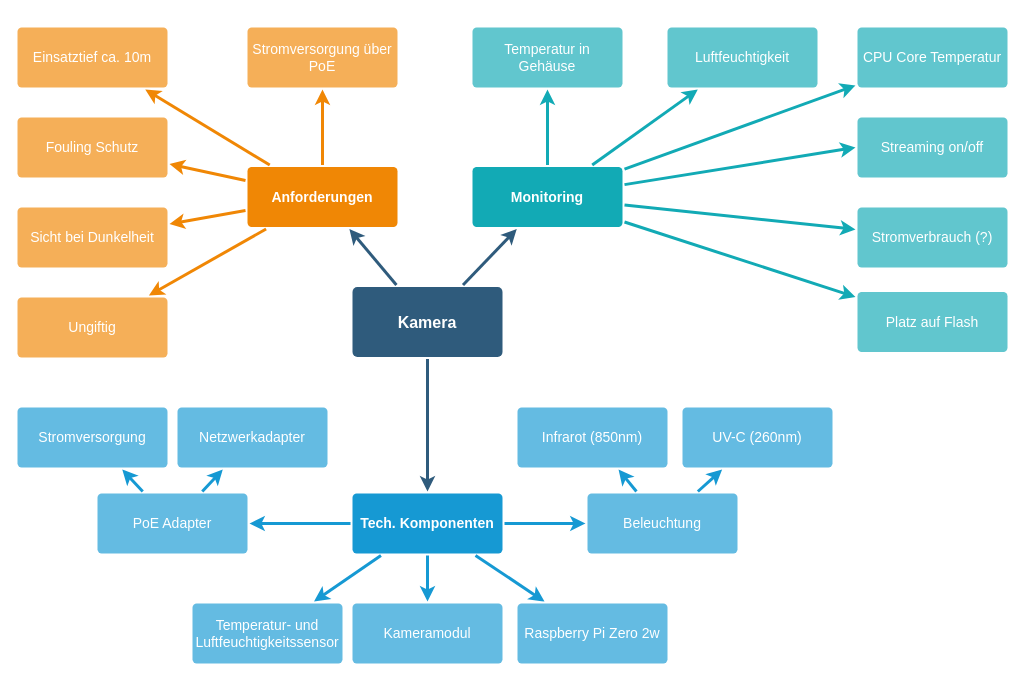
Earlier version of the draw.io diagram mind-map_unterwasserkamera.drawio (tederer/masterarbeit). Source tidied: cells renumbered, new cells numbered last; positions are measured from the earlier drawing's top-left corner, leaving out a move shared by most shapes. Both pictures are drawn from the tidied source at 100%, with x=0, y=0 at pixel (17, 27).
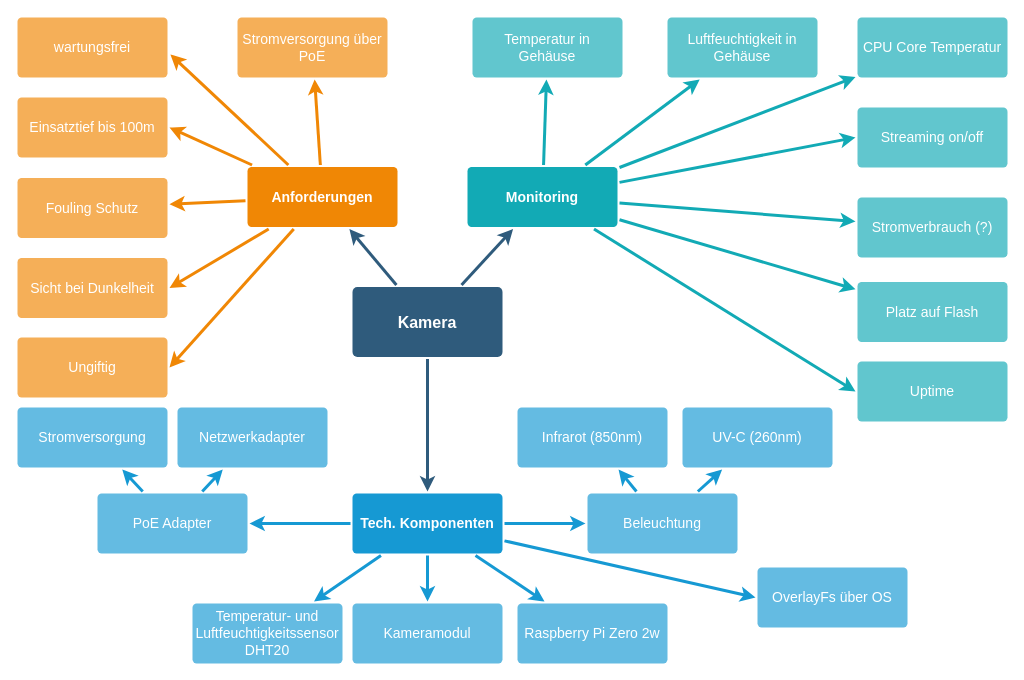
Above is the later version.

Unchanged cells that the change refers to:
```xml
<mxCell id="9" value="Tech. Komponenten" style="rounded=1;whiteSpace=wrap;html=1;shadow=0;labelBackgroundColor=none;strokeColor=none;strokeWidth=3;fillColor=#1699d3;fontFamily=Helvetica;fontSize=14;fontColor=#FFFFFF;align=center;spacing=5;fontStyle=1;arcSize=7;perimeterSpacing=2;" parent="1" vertex="1">
  <mxGeometry x="335" y="466" width="150" height="60" as="geometry" />
</mxCell>
<mxCell id="13" value="Anforderungen" style="rounded=1;whiteSpace=wrap;html=1;shadow=0;labelBackgroundColor=none;strokeColor=none;strokeWidth=3;fillColor=#F08705;fontFamily=Helvetica;fontSize=14;fontColor=#FFFFFF;align=center;spacing=5;fontStyle=1;arcSize=7;perimeterSpacing=2;" parent="1" vertex="1">
  <mxGeometry x="230" y="139.5" width="150" height="60" as="geometry" />
</mxCell>
```

Diff of the diagram source:
```diff
@@
-    <mxCell id="14" value="Einsatztief ca. 10m" style="rounded=1;whiteSpace=wrap;html=1;shadow=0;labelBackgroundColor=none;strokeColor=none;strokeWidth=3;fillColor=#f5af58;fontFamily=Helvetica;fontSize=14;fontColor=#FFFFFF;align=center;spacing=5;arcSize=7;perimeterSpacing=2;" parent="1" vertex="1">
-      <mxGeometry width="150" height="60" as="geometry" />
+    <mxCell id="14" value="Einsatztief bis 100m" style="rounded=1;whiteSpace=wrap;html=1;shadow=0;labelBackgroundColor=none;strokeColor=none;strokeWidth=3;fillColor=#f5af58;fontFamily=Helvetica;fontSize=14;fontColor=#FFFFFF;align=center;spacing=5;arcSize=7;perimeterSpacing=2;" parent="1" vertex="1">
+      <mxGeometry y="70" width="150" height="60" as="geometry" />
     </mxCell>
-    <mxCell id="15" style="edgeStyle=none;rounded=0;jumpStyle=none;html=1;shadow=0;labelBackgroundColor=none;startArrow=none;startFill=0;endArrow=classic;endFill=1;jettySize=auto;strokeColor=#F08705;strokeWidth=3;fontFamily=Helvetica;fontSize=14;fontColor=#FFFFFF;spacing=5;" parent="1" edge="1" source="13" target="14">
+    <mxCell id="15" style="edgeStyle=none;rounded=0;jumpStyle=none;html=1;shadow=0;labelBackgroundColor=none;startArrow=none;startFill=0;endArrow=classic;endFill=1;jettySize=auto;strokeColor=#F08705;strokeWidth=3;fontFamily=Helvetica;fontSize=14;fontColor=#FFFFFF;spacing=5;entryX=1;entryY=0.5;entryDx=0;entryDy=0;" parent="1" edge="1" source="13" target="14">
       <mxGeometry relative="1" as="geometry" />
     </mxCell>
     <mxCell id="16" value="Fouling Schutz" style="rounded=1;whiteSpace=wrap;html=1;shadow=0;labelBackgroundColor=none;strokeColor=none;strokeWidth=3;fillColor=#f5af58;fontFamily=Helvetica;fontSize=14;fontColor=#FFFFFF;align=center;spacing=5;arcSize=7;perimeterSpacing=2;" parent="1" vertex="1">
-      <mxGeometry y="90" width="150" height="60" as="geometry" />
+      <mxGeometry y="150.5" width="150" height="60" as="geometry" />
     </mxCell>
@@
     <mxCell id="18" value="Sicht bei Dunkelheit" style="rounded=1;whiteSpace=wrap;html=1;shadow=0;labelBackgroundColor=none;strokeColor=none;strokeWidth=3;fillColor=#f5af58;fontFamily=Helvetica;fontSize=14;fontColor=#FFFFFF;align=center;spacing=5;arcSize=7;perimeterSpacing=2;" parent="1" vertex="1">
-      <mxGeometry y="180" width="150" height="60" as="geometry" />
+      <mxGeometry y="230.5" width="150" height="60" as="geometry" />
     </mxCell>
-    <mxCell id="19" style="edgeStyle=none;rounded=0;jumpStyle=none;html=1;shadow=0;labelBackgroundColor=none;startArrow=none;startFill=0;endArrow=classic;endFill=1;jettySize=auto;strokeColor=#F08705;strokeWidth=3;fontFamily=Helvetica;fontSize=14;fontColor=#FFFFFF;spacing=5;" parent="1" edge="1" source="13" target="18">
+    <mxCell id="19" style="edgeStyle=none;rounded=0;jumpStyle=none;html=1;shadow=0;labelBackgroundColor=none;startArrow=none;startFill=0;endArrow=classic;endFill=1;jettySize=auto;strokeColor=#F08705;strokeWidth=3;fontFamily=Helvetica;fontSize=14;fontColor=#FFFFFF;spacing=5;entryX=1;entryY=0.5;entryDx=0;entryDy=0;" parent="1" edge="1" source="13" target="18">
       <mxGeometry relative="1" as="geometry" />
     </mxCell>
     <mxCell id="20" value="Monitoring" style="rounded=1;whiteSpace=wrap;html=1;shadow=0;labelBackgroundColor=none;strokeColor=none;strokeWidth=3;fillColor=#12aab5;fontFamily=Helvetica;fontSize=14;fontColor=#FFFFFF;align=center;spacing=5;fontStyle=1;arcSize=7;perimeterSpacing=2;" parent="1" vertex="1">
-      <mxGeometry x="455" y="139.5" width="150" height="60" as="geometry" />
+      <mxGeometry x="450" y="139.5" width="150" height="60" as="geometry" />
     </mxCell>
     <mxCell id="21" value="Stromverbrauch (?)" style="rounded=1;whiteSpace=wrap;html=1;shadow=0;labelBackgroundColor=none;strokeColor=none;strokeWidth=3;fillColor=#61c6ce;fontFamily=Helvetica;fontSize=14;fontColor=#FFFFFF;align=center;spacing=5;fontStyle=0;arcSize=7;perimeterSpacing=2;" parent="1" vertex="1">
-      <mxGeometry x="840" y="180" width="150" height="60" as="geometry" />
+      <mxGeometry x="840" y="170" width="150" height="60" as="geometry" />
     </mxCell>
@@
     <mxCell id="23" value="Streaming on/off" style="rounded=1;whiteSpace=wrap;html=1;shadow=0;labelBackgroundColor=none;strokeColor=none;strokeWidth=3;fillColor=#61c6ce;fontFamily=Helvetica;fontSize=14;fontColor=#FFFFFF;align=center;spacing=5;fontStyle=0;arcSize=7;perimeterSpacing=2;" parent="1" vertex="1">
-      <mxGeometry x="840" y="90" width="150" height="60" as="geometry" />
+      <mxGeometry x="840" y="80" width="150" height="60" as="geometry" />
     </mxCell>
@@
-    <mxCell id="25" value="Luftfeuchtigkeit" style="rounded=1;whiteSpace=wrap;html=1;shadow=0;labelBackgroundColor=none;strokeColor=none;strokeWidth=3;fillColor=#61c6ce;fontFamily=Helvetica;fontSize=14;fontColor=#FFFFFF;align=center;spacing=5;fontStyle=0;arcSize=7;perimeterSpacing=2;" parent="1" vertex="1">
-      <mxGeometry x="650" width="150" height="60" as="geometry" />
+    <mxCell id="25" value="Luftfeuchtigkeit in Gehäuse" style="rounded=1;whiteSpace=wrap;html=1;shadow=0;labelBackgroundColor=none;strokeColor=none;strokeWidth=3;fillColor=#61c6ce;fontFamily=Helvetica;fontSize=14;fontColor=#FFFFFF;align=center;spacing=5;fontStyle=0;arcSize=7;perimeterSpacing=2;" parent="1" vertex="1">
+      <mxGeometry x="650" y="-10" width="150" height="60" as="geometry" />
     </mxCell>
@@
     <mxCell id="27" value="Temperatur in Gehäuse" style="rounded=1;whiteSpace=wrap;html=1;shadow=0;labelBackgroundColor=none;strokeColor=none;strokeWidth=3;fillColor=#61c6ce;fontFamily=Helvetica;fontSize=14;fontColor=#FFFFFF;align=center;spacing=5;fontStyle=0;arcSize=7;perimeterSpacing=2;" parent="1" vertex="1">
-      <mxGeometry x="455" width="150" height="60" as="geometry" />
+      <mxGeometry x="455" y="-10" width="150" height="60" as="geometry" />
     </mxCell>
@@
-    <mxCell id="39" value="Temperatur- und Luftfeuchtigkeitssensor " style="rounded=1;whiteSpace=wrap;html=1;shadow=0;labelBackgroundColor=none;strokeColor=none;strokeWidth=3;fillColor=#64bbe2;fontFamily=Helvetica;fontSize=14;fontColor=#FFFFFF;align=center;spacing=5;arcSize=7;perimeterSpacing=2;" parent="1" vertex="1">
+    <mxCell id="39" value="&lt;div&gt;Temperatur- und Luftfeuchtigkeitssensor&lt;/div&gt;&lt;div&gt;DHT20&lt;/div&gt;" style="rounded=1;whiteSpace=wrap;html=1;shadow=0;labelBackgroundColor=none;strokeColor=none;strokeWidth=3;fillColor=#64bbe2;fontFamily=Helvetica;fontSize=14;fontColor=#FFFFFF;align=center;spacing=5;arcSize=7;perimeterSpacing=2;" parent="1" vertex="1">
       <mxGeometry x="175" y="576" width="150" height="60" as="geometry" />
     </mxCell>
@@
     <mxCell id="41" value="Platz auf Flash" style="rounded=1;whiteSpace=wrap;html=1;shadow=0;labelBackgroundColor=none;strokeColor=none;strokeWidth=3;fillColor=#61c6ce;fontFamily=Helvetica;fontSize=14;fontColor=#FFFFFF;align=center;spacing=5;fontStyle=0;arcSize=7;perimeterSpacing=2;" parent="1" vertex="1">
-      <mxGeometry x="840" y="264.5" width="150" height="60" as="geometry" />
+      <mxGeometry x="840" y="254.5" width="150" height="60" as="geometry" />
     </mxCell>
@@
     <mxCell id="43" value="Stromversorgung über PoE" style="rounded=1;whiteSpace=wrap;html=1;shadow=0;labelBackgroundColor=none;strokeColor=none;strokeWidth=3;fillColor=#f5af58;fontFamily=Helvetica;fontSize=14;fontColor=#FFFFFF;align=center;spacing=5;arcSize=7;perimeterSpacing=2;" parent="1" vertex="1">
-      <mxGeometry x="230" width="150" height="60" as="geometry" />
+      <mxGeometry x="220" y="-10" width="150" height="60" as="geometry" />
     </mxCell>
@@
     <mxCell id="45" value="Ungiftig" style="rounded=1;whiteSpace=wrap;html=1;shadow=0;labelBackgroundColor=none;strokeColor=none;strokeWidth=3;fillColor=#f5af58;fontFamily=Helvetica;fontSize=14;fontColor=#FFFFFF;align=center;spacing=5;arcSize=7;perimeterSpacing=2;" parent="1" vertex="1">
-      <mxGeometry y="270" width="150" height="60" as="geometry" />
+      <mxGeometry y="310" width="150" height="60" as="geometry" />
     </mxCell>
-    <mxCell id="46" style="edgeStyle=none;rounded=0;jumpStyle=none;html=1;shadow=0;labelBackgroundColor=none;startArrow=none;startFill=0;endArrow=classic;endFill=1;jettySize=auto;strokeColor=#F08705;strokeWidth=3;fontFamily=Helvetica;fontSize=14;fontColor=#FFFFFF;spacing=5;" parent="1" edge="1" source="13" target="45">
+    <mxCell id="46" style="edgeStyle=none;rounded=0;jumpStyle=none;html=1;shadow=0;labelBackgroundColor=none;startArrow=none;startFill=0;endArrow=classic;endFill=1;jettySize=auto;strokeColor=#F08705;strokeWidth=3;fontFamily=Helvetica;fontSize=14;fontColor=#FFFFFF;spacing=5;entryX=1;entryY=0.5;entryDx=0;entryDy=0;" parent="1" edge="1" source="13" target="45">
       <mxGeometry relative="1" as="geometry" />
     </mxCell>
     <mxCell id="47" value="CPU Core Temperatur" style="rounded=1;whiteSpace=wrap;html=1;shadow=0;labelBackgroundColor=none;strokeColor=none;strokeWidth=3;fillColor=#61c6ce;fontFamily=Helvetica;fontSize=14;fontColor=#FFFFFF;align=center;spacing=5;fontStyle=0;arcSize=7;perimeterSpacing=2;" parent="1" vertex="1">
-      <mxGeometry x="840" width="150" height="60" as="geometry" />
+      <mxGeometry x="840" y="-10" width="150" height="60" as="geometry" />
     </mxCell>
@@
+    <mxCell id="49" value="Uptime" style="rounded=1;whiteSpace=wrap;html=1;shadow=0;labelBackgroundColor=none;strokeColor=none;strokeWidth=3;fillColor=#61c6ce;fontFamily=Helvetica;fontSize=14;fontColor=#FFFFFF;align=center;spacing=5;fontStyle=0;arcSize=7;perimeterSpacing=2;" parent="1" vertex="1">
+      <mxGeometry x="840" y="334" width="150" height="60" as="geometry" />
+    </mxCell>
+    <mxCell id="50" style="edgeStyle=none;rounded=1;jumpStyle=none;html=1;shadow=0;labelBackgroundColor=none;startArrow=none;startFill=0;jettySize=auto;strokeColor=#12AAB5;strokeWidth=3;fontFamily=Helvetica;fontSize=14;fontColor=#FFFFFF;spacing=5;fontStyle=1;fillColor=#b0e3e6;entryX=0;entryY=0.5;entryDx=0;entryDy=0;" parent="1" edge="1" source="20" target="49">
+      <mxGeometry relative="1" as="geometry" />
+    </mxCell>
+    <mxCell id="51" value="OverlayFs über OS" style="rounded=1;whiteSpace=wrap;html=1;shadow=0;labelBackgroundColor=none;strokeColor=none;strokeWidth=3;fillColor=#64bbe2;fontFamily=Helvetica;fontSize=14;fontColor=#FFFFFF;align=center;spacing=5;arcSize=7;perimeterSpacing=2;" parent="1" vertex="1">
+      <mxGeometry x="740" y="540" width="150" height="60" as="geometry" />
+    </mxCell>
+    <mxCell id="52" style="edgeStyle=none;rounded=0;jumpStyle=none;html=1;shadow=0;labelBackgroundColor=none;startArrow=none;startFill=0;endArrow=classic;endFill=1;jettySize=auto;strokeColor=#1699D3;strokeWidth=3;fontFamily=Helvetica;fontSize=14;fontColor=#FFFFFF;spacing=5;entryX=0;entryY=0.5;entryDx=0;entryDy=0;" parent="1" edge="1" source="9" target="51">
+      <mxGeometry relative="1" as="geometry" />
+    </mxCell>
+    <mxCell id="53" value="wartungsfrei" style="rounded=1;whiteSpace=wrap;html=1;shadow=0;labelBackgroundColor=none;strokeColor=none;strokeWidth=3;fillColor=#f5af58;fontFamily=Helvetica;fontSize=14;fontColor=#FFFFFF;align=center;spacing=5;arcSize=7;perimeterSpacing=2;" parent="1" vertex="1">
+      <mxGeometry y="-10" width="150" height="60" as="geometry" />
+    </mxCell>
+    <mxCell id="54" style="edgeStyle=none;rounded=0;jumpStyle=none;html=1;shadow=0;labelBackgroundColor=none;startArrow=none;startFill=0;endArrow=classic;endFill=1;jettySize=auto;strokeColor=#F08705;strokeWidth=3;fontFamily=Helvetica;fontSize=14;fontColor=#FFFFFF;spacing=5;entryX=1.006;entryY=0.609;entryDx=0;entryDy=0;entryPerimeter=0;" parent="1" edge="1" source="13" target="53">
+      <mxGeometry relative="1" as="geometry" />
+    </mxCell>
```
